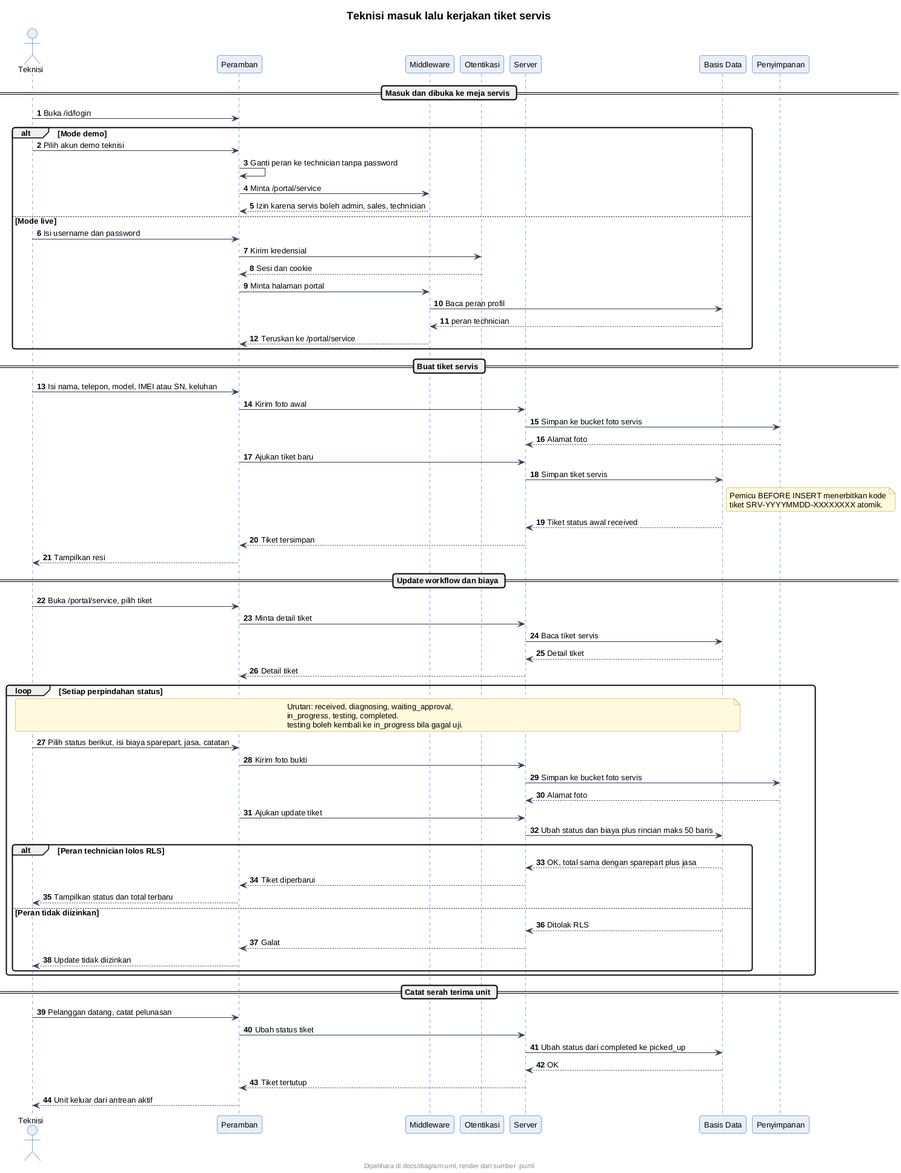
neiaki/KP keeps this PlantUML diagram as docs/diagram-uml/teknisi/sequence-teknisi.png. Above is the earlier version. Its diagram source:
```plantuml
@startuml
skinparam backgroundColor #FFFFFF
skinparam shadowing false
skinparam roundcorner 8
skinparam defaultFontName sans-serif
skinparam defaultFontSize 13
skinparam titleFontSize 18
skinparam titleFontStyle bold
skinparam headerFontSize 11
skinparam footerFontSize 11
skinparam noteBackgroundColor #FFF8DC
skinparam noteBorderColor #B89B00
skinparam actorBackgroundColor #E8EEF7
skinparam actorBorderColor #0B4ED8
skinparam participantBackgroundColor #E8EEF7
skinparam participantBorderColor #0B4ED8
skinparam usecaseBackgroundColor #E8EEF7
skinparam usecaseBorderColor #0B4ED8
skinparam classBackgroundColor #E8EEF7
skinparam classBorderColor #0B4ED8
skinparam objectBackgroundColor #EEF3FA
skinparam objectBorderColor #0B4ED8
skinparam activityBackgroundColor #E8EEF7
skinparam activityBorderColor #0B4ED8
skinparam activityDiamondBackgroundColor #FFFFFF
skinparam activityDiamondBorderColor #0B4ED8
skinparam stateBackgroundColor #E8EEF7
skinparam stateBorderColor #0B4ED8
skinparam stateStartColor #0B4ED8
skinparam stateEndColor #0B4ED8
skinparam componentBackgroundColor #E8EEF7
skinparam componentBorderColor #0B4ED8
skinparam cloudBackgroundColor #F2F5FA
skinparam cloudBorderColor #5B6B82
skinparam databaseBackgroundColor #E8EEF7
skinparam databaseBorderColor #0B4ED8
skinparam entityBackgroundColor #E8EEF7
skinparam entityBorderColor #0B4ED8
skinparam sequenceArrowColor #334155
skinparam sequenceLifeLineBorderColor #0B4ED8
skinparam sequenceParticipantBorderColor #0B4ED8
footer Dipelihara di docs/diagram-uml, render dari sumber .puml
title Teknisi masuk lalu kerjakan tiket servis
autonumber
actor Teknisi as T
participant "Peramban" as UI
participant "Middleware" as MW
participant "Otentikasi" as AU
participant "Server" as SV
participant "Basis Data" as DB
participant "Penyimpanan" as ST

== Masuk dan dibuka ke meja servis ==
T -> UI : Buka /id/login
alt Mode demo
  T -> UI : Pilih akun demo teknisi
  UI -> UI : Ganti peran ke technician tanpa password
  UI -> MW : Minta /portal/service
  MW --> UI : Izin karena servis boleh admin, sales, technician
else Mode live
  T -> UI : Isi username dan password
  UI -> AU : Kirim kredensial
  AU --> UI : Sesi dan cookie
  UI -> MW : Minta halaman portal
  MW -> DB : Baca peran profil
  DB --> MW : peran technician
  MW --> UI : Teruskan ke /portal/service
end

== Buat tiket servis ==
T -> UI : Isi nama, telepon, model, IMEI atau SN, keluhan
UI -> SV : Kirim foto awal
SV -> ST : Simpan ke bucket foto servis
ST --> SV : Alamat foto
UI -> SV : Ajukan tiket baru
SV -> DB : Simpan tiket servis
note right of DB
  Pemicu BEFORE INSERT menerbitkan kode
  tiket SRV-YYYYMMDD-XXXXXXXX atomik.
end note
DB --> SV : Tiket status awal received
SV --> UI : Tiket tersimpan
UI --> T : Tampilkan resi

== Update workflow dan biaya ==
T -> UI : Buka /portal/service, pilih tiket
UI -> SV : Minta detail tiket
SV -> DB : Baca tiket servis
DB --> SV : Detail tiket
SV --> UI : Detail tiket
loop Setiap perpindahan status
  note over T,DB
    Urutan: received, diagnosing, waiting_approval,
    in_progress, testing, completed.
    testing boleh kembali ke in_progress bila gagal uji.
  end note
  T -> UI : Pilih status berikut, isi biaya sparepart, jasa, catatan
  UI -> SV : Kirim foto bukti
  SV -> ST : Simpan ke bucket foto servis
  ST --> SV : Alamat foto
  UI -> SV : Ajukan update tiket
  SV -> DB : Ubah status dan biaya plus rincian maks 50 baris
  alt Peran technician lolos RLS
    DB --> SV : OK, total sama dengan sparepart plus jasa
    SV --> UI : Tiket diperbarui
    UI --> T : Tampilkan status dan total terbaru
  else Peran tidak diizinkan
    DB --> SV : Ditolak RLS
    SV --> UI : Galat
    UI --> T : Update tidak diizinkan
  end
end

== Catat serah terima unit ==
T -> UI : Pelanggan datang, catat pelunasan
UI -> SV : Ubah status tiket
SV -> DB : Ubah status dari completed ke picked_up
DB --> SV : OK
SV --> UI : Tiket tertutup
UI --> T : Unit keluar dari antrean aktif
@enduml
```
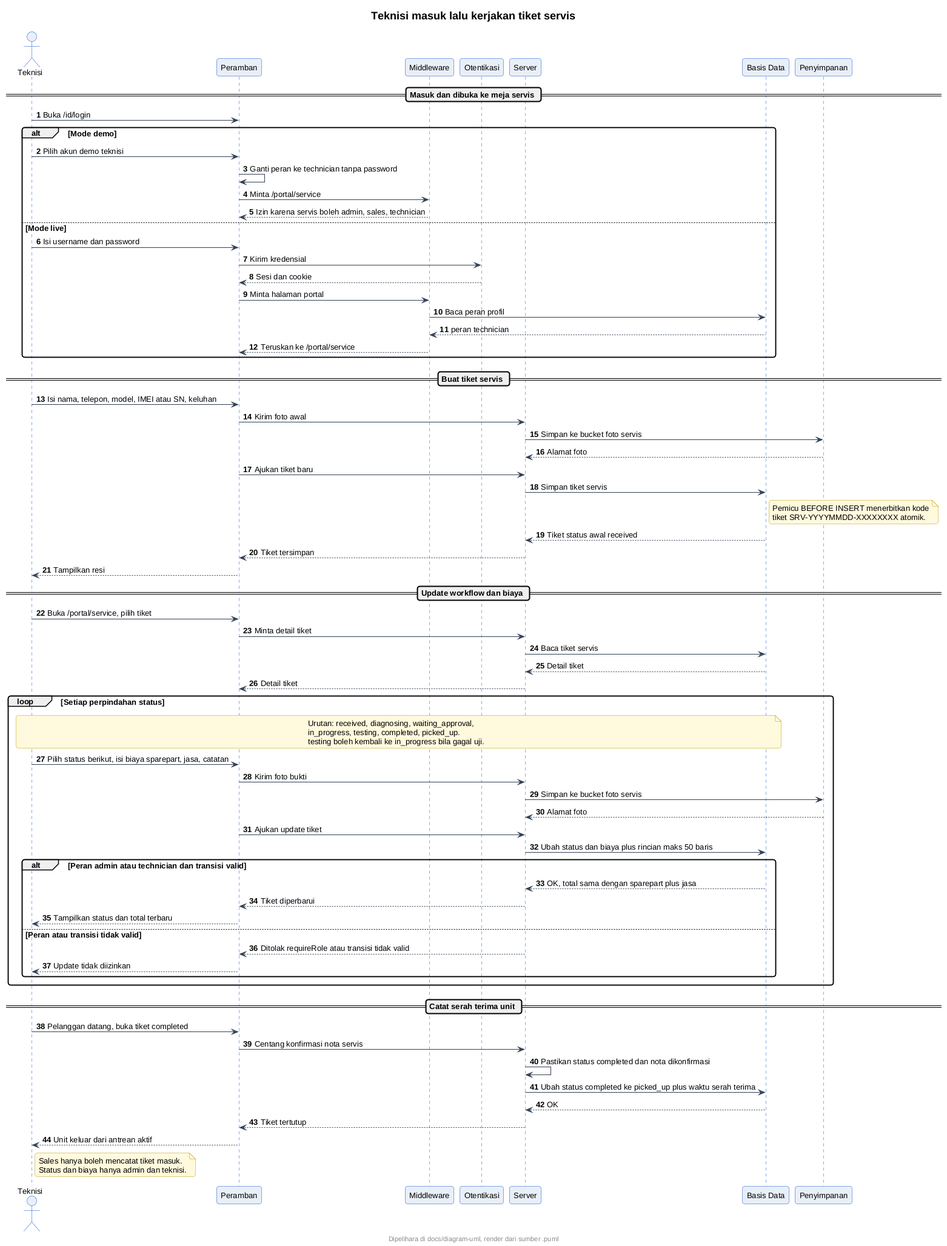
After the change.

The edit, as a diff of the source:
```diff
@@ -91,7 +91,7 @@
 loop Setiap perpindahan status
   note over T,DB
     Urutan: received, diagnosing, waiting_approval,
-    in_progress, testing, completed.
+    in_progress, testing, completed, picked_up.
     testing boleh kembali ke in_progress bila gagal uji.
   end note
   T -> UI : Pilih status berikut, isi biaya sparepart, jasa, catatan
@@ -100,22 +100,26 @@
   ST --> SV : Alamat foto
   UI -> SV : Ajukan update tiket
   SV -> DB : Ubah status dan biaya plus rincian maks 50 baris
-  alt Peran technician lolos RLS
+  alt Peran admin atau technician dan transisi valid
     DB --> SV : OK, total sama dengan sparepart plus jasa
     SV --> UI : Tiket diperbarui
     UI --> T : Tampilkan status dan total terbaru
-  else Peran tidak diizinkan
-    DB --> SV : Ditolak RLS
-    SV --> UI : Galat
+  else Peran atau transisi tidak valid
+    SV --> UI : Ditolak requireRole atau transisi tidak valid
     UI --> T : Update tidak diizinkan
   end
 end
 
 == Catat serah terima unit ==
-T -> UI : Pelanggan datang, catat pelunasan
-UI -> SV : Ubah status tiket
-SV -> DB : Ubah status dari completed ke picked_up
+T -> UI : Pelanggan datang, buka tiket completed
+UI -> SV : Centang konfirmasi nota servis
+SV -> SV : Pastikan status completed dan nota dikonfirmasi
+SV -> DB : Ubah status completed ke picked_up plus waktu serah terima
 DB --> SV : OK
 SV --> UI : Tiket tertutup
 UI --> T : Unit keluar dari antrean aktif
+note right of T
+  Sales hanya boleh mencatat tiket masuk.
+  Status dan biaya hanya admin dan teknisi.
+end note
 @enduml
```
